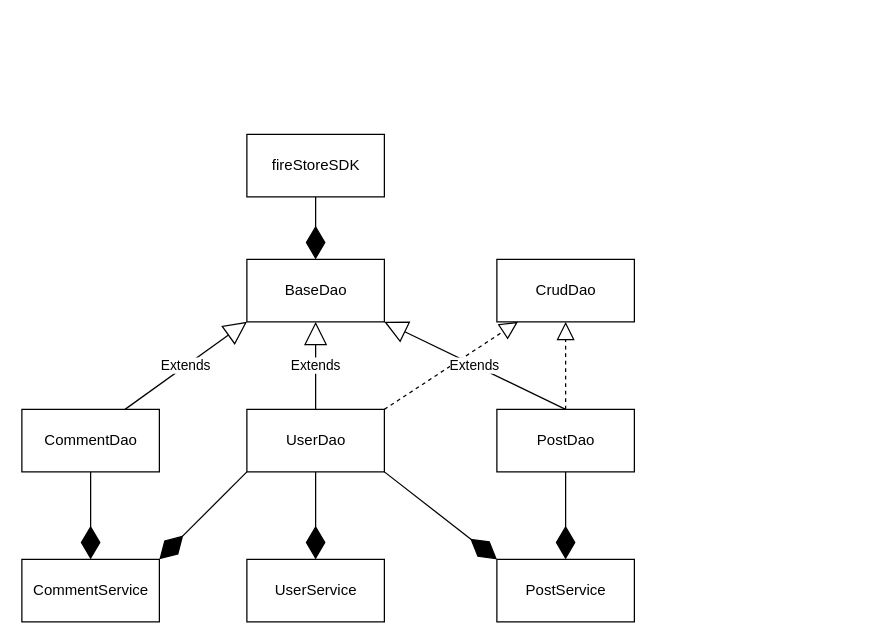
Earlier version of the draw.io diagram page "Class Diagram" (3 of 3) of bluedit/docs/architecture.drawio (uuganbold/algorithm_js). Source tidied: cells renumbered, new cells numbered last; positions are measured from the earlier drawing's top-left corner, leaving out a move shared by most shapes. Both pictures are drawn from the tidied source at 125%, with x=0, y=0 at pixel (21, 134).
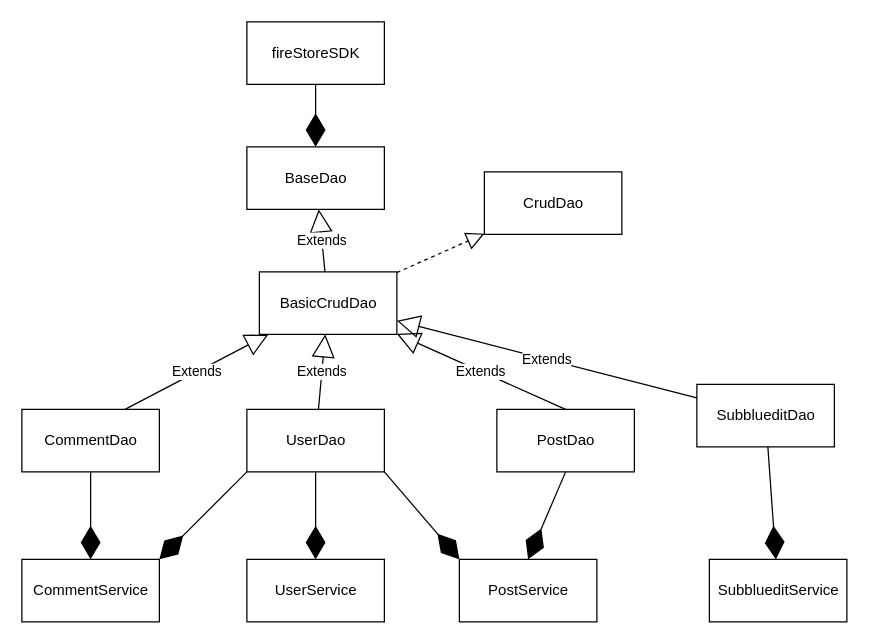
After the change.

The change refers to these unchanged cells:
```xml
<mxCell id="2" value="UserDao" style="html=1;" parent="1" vertex="1">
  <mxGeometry x="180" y="220" width="110" height="50" as="geometry" />
</mxCell>
<mxCell id="11" value="PostDao" style="html=1;" parent="1" vertex="1">
  <mxGeometry x="380" y="220" width="110" height="50" as="geometry" />
</mxCell>
<mxCell id="14" value="CommentDao" style="html=1;" parent="1" vertex="1">
  <mxGeometry y="220" width="110" height="50" as="geometry" />
</mxCell>
```

The edit, as a diff of the source:
```diff
@@
     <mxCell id="4" value="BaseDao" style="html=1;" parent="1" vertex="1">
-      <mxGeometry x="180" y="100" width="110" height="50" as="geometry" />
+      <mxGeometry x="180" y="10" width="110" height="50" as="geometry" />
     </mxCell>
-    <mxCell id="5" value="Extends" style="endArrow=block;endSize=16;endFill=0;html=1;" parent="1" edge="1" source="2" target="4">
+    <mxCell id="5" value="Extends" style="endArrow=block;endSize=16;endFill=0;html=1;" parent="1" edge="1" source="2" target="22">
       <mxGeometry relative="1" as="geometry" />
     </mxCell>
     <mxCell id="6" value="CrudDao" style="html=1;" parent="1" vertex="1">
-      <mxGeometry x="380" y="100" width="110" height="50" as="geometry" />
+      <mxGeometry x="370" y="30" width="110" height="50" as="geometry" />
     </mxCell>
-    <mxCell id="7" style="endArrow=block;dashed=1;endFill=0;endSize=12;html=1;exitX=1;exitY=0;exitDx=0;exitDy=0;" parent="1" edge="1" source="2" target="6">
+    <mxCell id="7" style="endArrow=block;dashed=1;endFill=0;endSize=12;html=1;" parent="1" edge="1" source="22" target="6">
       <mxGeometry relative="1" as="geometry" />
     </mxCell>
@@
     <mxCell id="9" value="fireStoreSDK" style="html=1;" parent="1" vertex="1">
-      <mxGeometry x="180" width="110" height="50" as="geometry" />
+      <mxGeometry x="180" y="-90" width="110" height="50" as="geometry" />
     </mxCell>
@@
-    <mxCell id="12" style="endArrow=block;dashed=1;endFill=0;endSize=12;html=1;entryX=0.5;entryY=1;entryDx=0;entryDy=0;exitX=0.5;exitY=0;exitDx=0;exitDy=0;" parent="1" edge="1" source="11" target="6">
-      <mxGeometry relative="1" as="geometry" />
-    </mxCell>
-    <mxCell id="13" value="Extends" style="endArrow=block;endSize=16;endFill=0;html=1;entryX=1;entryY=1;entryDx=0;entryDy=0;exitX=0.5;exitY=0;exitDx=0;exitDy=0;" parent="1" edge="1" source="11" target="4">
+    <mxCell id="13" value="Extends" style="endArrow=block;endSize=16;endFill=0;html=1;exitX=0.5;exitY=0;exitDx=0;exitDy=0;" parent="1" edge="1" source="11" target="22">
       <mxGeometry relative="1" as="geometry" />
     </mxCell>
@@
-    <mxCell id="15" value="Extends" style="endArrow=block;endSize=16;endFill=0;html=1;entryX=0;entryY=1;entryDx=0;entryDy=0;exitX=0.75;exitY=0;exitDx=0;exitDy=0;" parent="1" edge="1" source="14" target="4">
+    <mxCell id="15" value="Extends" style="endArrow=block;endSize=16;endFill=0;html=1;exitX=0.75;exitY=0;exitDx=0;exitDy=0;" parent="1" edge="1" source="14" target="22">
       <mxGeometry relative="1" as="geometry" />
     </mxCell>
@@
     <mxCell id="17" value="PostService" style="html=1;" parent="1" vertex="1">
-      <mxGeometry x="380" y="340" width="110" height="50" as="geometry" />
+      <mxGeometry x="350" y="340" width="110" height="50" as="geometry" />
     </mxCell>
@@
+    <mxCell id="22" value="BasicCrudDao" style="html=1;" parent="1" vertex="1">
+      <mxGeometry x="190" y="110" width="110" height="50" as="geometry" />
+    </mxCell>
+    <mxCell id="23" value="SubblueditDao" style="html=1;" parent="1" vertex="1">
+      <mxGeometry x="540" y="200" width="110" height="50" as="geometry" />
+    </mxCell>
+    <mxCell id="24" value="Extends" style="endArrow=block;endSize=16;endFill=0;html=1;" parent="1" edge="1" source="23" target="22">
+      <mxGeometry relative="1" as="geometry" />
+    </mxCell>
+    <mxCell id="25" value="Extends" style="endArrow=block;endSize=16;endFill=0;html=1;" parent="1" edge="1" source="22" target="4">
+      <mxGeometry relative="1" as="geometry" />
+    </mxCell>
+    <mxCell id="26" value="SubblueditService" style="html=1;" parent="1" vertex="1">
+      <mxGeometry x="550" y="340" width="110" height="50" as="geometry" />
+    </mxCell>
+    <mxCell id="27" style="endArrow=diamondThin;endFill=1;endSize=24;html=1;" parent="1" edge="1" source="23" target="26">
+      <mxGeometry relative="1" as="geometry" />
+    </mxCell>
```
